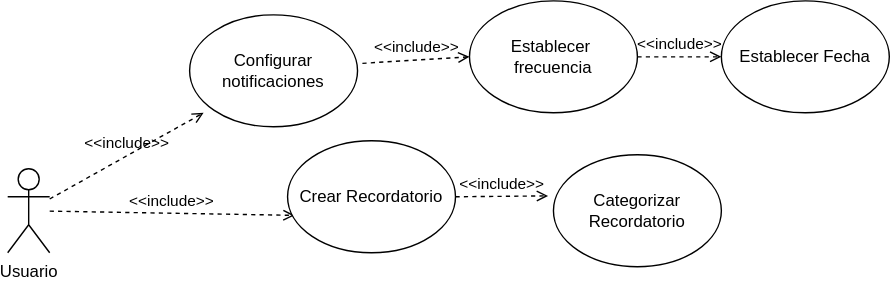
Earlier version of the draw.io export Docs/diagrams/usecases/UGD-Reminder.svg (Chicledot/remindme). Source tidied: cells renumbered, new cells last; positions are measured from the earlier drawing's top-left corner, leaving out a move shared by most shapes.
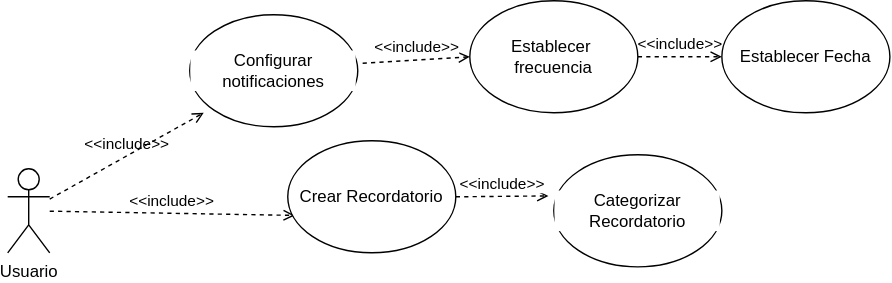
After the change.

The edit, as a diff of the source:
```diff
@@ -1,20 +1,20 @@
-<mxGraphModel>
+<mxGraphModel background="#ffffff">
   <root>
     <mxCell id="0" />
     <mxCell id="1" parent="0" />
-    <mxCell id="2" value="Usuario" style="shape=umlActor;verticalLabelPosition=bottom;verticalAlign=top;html=1;outlineConnect=0;" parent="1" vertex="1">
+    <mxCell id="2" value="Usuario" style="shape=umlActor;verticalLabelPosition=bottom;verticalAlign=top;html=1;outlineConnect=0;labelBackgroundColor=default;" parent="1" vertex="1">
       <mxGeometry y="120" width="30" height="60" as="geometry" />
     </mxCell>
-    <mxCell id="3" value="&amp;lt;&amp;lt;include&amp;gt;&amp;gt;" style="html=1;verticalAlign=bottom;labelBackgroundColor=none;endArrow=open;endFill=0;dashed=1;rounded=0;entryX=0.042;entryY=0.666;entryDx=0;entryDy=0;entryPerimeter=0;" parent="1" edge="1" source="2" target="4">
+    <mxCell id="3" value="&amp;lt;&amp;lt;include&amp;gt;&amp;gt;" style="html=1;verticalAlign=bottom;labelBackgroundColor=default;endArrow=open;endFill=0;dashed=1;rounded=0;entryX=0.042;entryY=0.666;entryDx=0;entryDy=0;entryPerimeter=0;" parent="1" edge="1" source="2" target="4">
       <mxGeometry relative="1" as="geometry" />
     </mxCell>
-    <mxCell id="4" value="Crear Recordatorio" style="ellipse;whiteSpace=wrap;html=1;" parent="1" vertex="1">
+    <mxCell id="4" value="Crear Recordatorio" style="ellipse;whiteSpace=wrap;html=1;labelBackgroundColor=default;" parent="1" vertex="1">
       <mxGeometry x="200" y="100" width="120" height="80" as="geometry" />
     </mxCell>
-    <mxCell id="5" value="&amp;lt;&amp;lt;include&amp;gt;&amp;gt;" style="html=1;verticalAlign=bottom;labelBackgroundColor=none;endArrow=open;endFill=0;dashed=1;rounded=0;exitX=1;exitY=0.5;exitDx=0;exitDy=0;entryX=-0.032;entryY=0.367;entryDx=0;entryDy=0;entryPerimeter=0;" parent="1" edge="1" source="4" target="6">
+    <mxCell id="5" value="&amp;lt;&amp;lt;include&amp;gt;&amp;gt;" style="html=1;verticalAlign=bottom;labelBackgroundColor=default;endArrow=open;endFill=0;dashed=1;rounded=0;exitX=1;exitY=0.5;exitDx=0;exitDy=0;entryX=-0.032;entryY=0.367;entryDx=0;entryDy=0;entryPerimeter=0;" parent="1" edge="1" source="4" target="6">
       <mxGeometry relative="1" as="geometry" />
     </mxCell>
-    <mxCell id="6" value="Categorizar Recordatorio" style="ellipse;whiteSpace=wrap;html=1;" parent="1" vertex="1">
+    <mxCell id="6" value="Categorizar Recordatorio" style="ellipse;whiteSpace=wrap;html=1;labelBackgroundColor=default;" parent="1" vertex="1">
       <mxGeometry x="390" y="110" width="120" height="80" as="geometry" />
     </mxCell>
     <mxCell id="7" value="&amp;lt;&amp;lt;include&amp;gt;&amp;gt;" style="html=1;verticalAlign=bottom;labelBackgroundColor=none;endArrow=open;endFill=0;dashed=1;rounded=0;" parent="1" edge="1" source="2">
@@ -22,16 +22,16 @@
         <mxPoint x="140" y="80" as="targetPoint" />
       </mxGeometry>
     </mxCell>
-    <mxCell id="8" value="Configurar notificaciones" style="ellipse;whiteSpace=wrap;html=1;" parent="1" vertex="1">
+    <mxCell id="8" value="Configurar notificaciones" style="ellipse;whiteSpace=wrap;html=1;labelBackgroundColor=default;" parent="1" vertex="1">
       <mxGeometry x="130" y="10" width="120" height="80" as="geometry" />
     </mxCell>
-    <mxCell id="9" value="&amp;lt;&amp;lt;include&amp;gt;&amp;gt;" style="html=1;verticalAlign=bottom;labelBackgroundColor=none;endArrow=open;endFill=0;dashed=1;rounded=0;exitX=1.029;exitY=0.433;exitDx=0;exitDy=0;exitPerimeter=0;entryX=0;entryY=0.5;entryDx=0;entryDy=0;" parent="1" edge="1" source="8" target="10">
+    <mxCell id="9" value="&amp;lt;&amp;lt;include&amp;gt;&amp;gt;" style="html=1;verticalAlign=bottom;labelBackgroundColor=default;endArrow=open;endFill=0;dashed=1;rounded=0;exitX=1.029;exitY=0.433;exitDx=0;exitDy=0;exitPerimeter=0;entryX=0;entryY=0.5;entryDx=0;entryDy=0;" parent="1" edge="1" source="8" target="10">
       <mxGeometry relative="1" as="geometry" />
     </mxCell>
-    <mxCell id="10" value="&lt;div&gt;Establecer&amp;nbsp;&lt;/div&gt;&lt;div&gt;frecuencia &lt;br&gt;&lt;/div&gt;" style="ellipse;whiteSpace=wrap;html=1;" parent="1" vertex="1">
+    <mxCell id="10" value="&lt;div&gt;Establecer&amp;nbsp;&lt;/div&gt;&lt;div&gt;frecuencia &lt;br&gt;&lt;/div&gt;" style="ellipse;whiteSpace=wrap;html=1;labelBackgroundColor=default;" parent="1" vertex="1">
       <mxGeometry x="330" width="120" height="80" as="geometry" />
     </mxCell>
-    <mxCell id="11" value="Establecer Fecha" style="ellipse;whiteSpace=wrap;html=1;" parent="1" vertex="1">
+    <mxCell id="11" value="Establecer Fecha" style="ellipse;whiteSpace=wrap;html=1;labelBackgroundColor=default;" parent="1" vertex="1">
       <mxGeometry x="510" width="120" height="80" as="geometry" />
     </mxCell>
     <mxCell id="12" value="&amp;lt;&amp;lt;include&amp;gt;&amp;gt;" style="html=1;verticalAlign=bottom;labelBackgroundColor=none;endArrow=open;endFill=0;dashed=1;rounded=0;exitX=1;exitY=0.5;exitDx=0;exitDy=0;" parent="1" edge="1" source="10">
```
